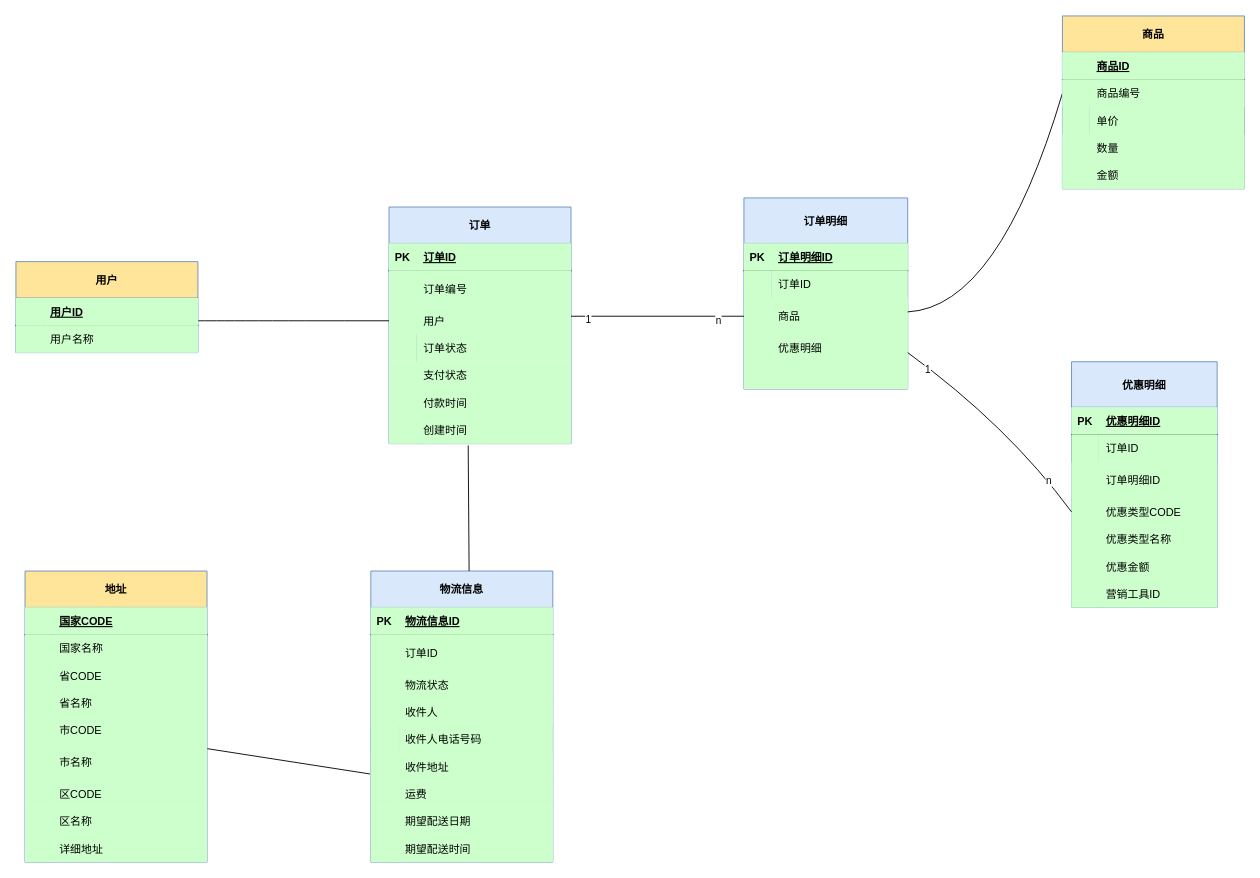
The draw.io diagram 订单能力.drawio in linxiaofan/linhenghui, before the edit. Source tidied: cells renumbered, new cells numbered last; positions are measured from the earlier drawing's top-left corner, leaving out a move shared by most shapes. Both pictures are drawn from the tidied source at 91%, with x=0, y=0 at pixel (15, 15).
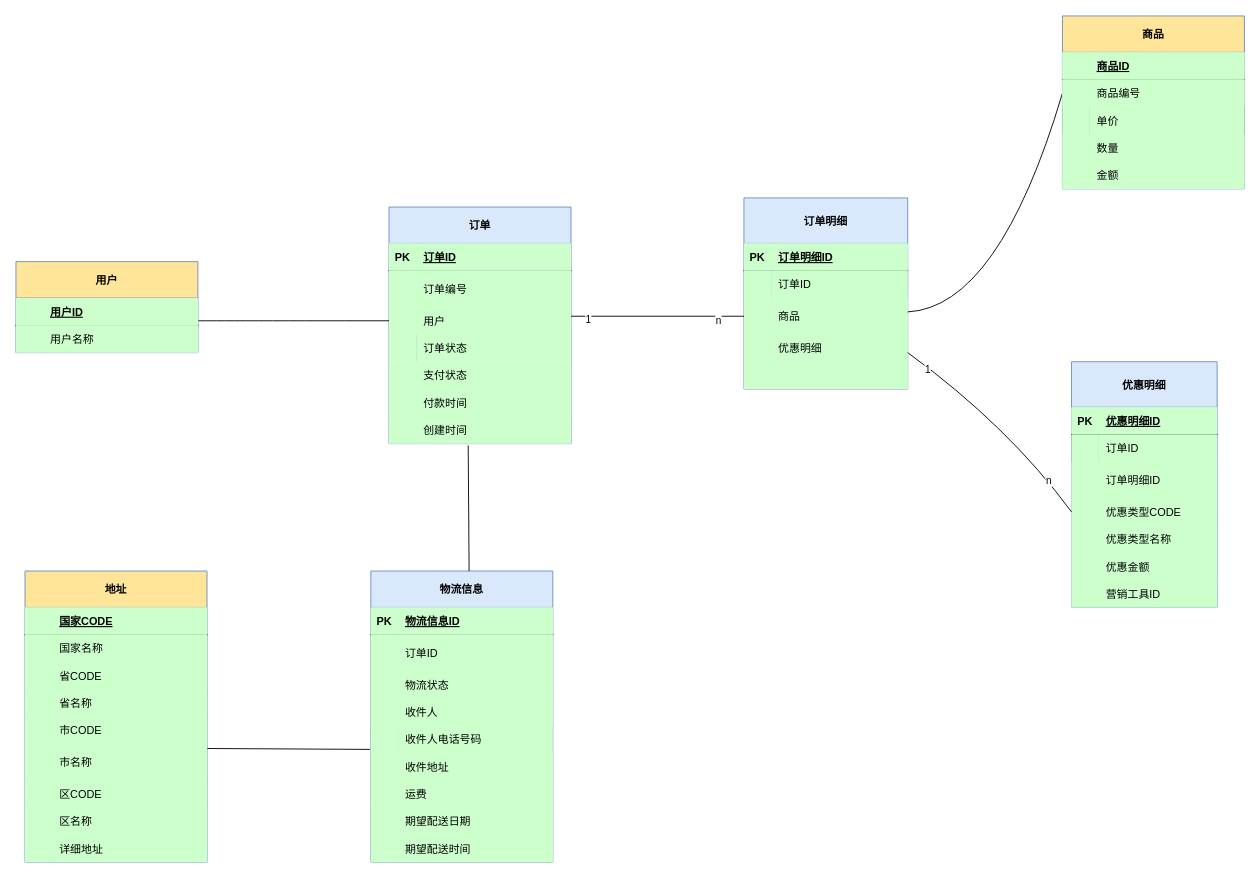
Above is the later version.

Commit message:
更新订单能力.drawio

The change refers to these unchanged cells:
```xml
<mxCell id="109" style="shape=partialRectangle;top=0;left=0;bottom=0;right=0;points=[[0,0.5],[1,0.5]];portConstraint=eastwest;fillColor=#CCFFCC;" parent="93" vertex="1">
  <mxGeometry y="200" width="200" height="30" as="geometry" />
</mxCell>
<mxCell id="136" style="shape=partialRectangle;top=0;left=0;bottom=0;right=0;points=[[0,0.5],[1,0.5]];portConstraint=eastwest;fillColor=#CCFFCC;" parent="123" vertex="1">
  <mxGeometry y="160" width="200" height="30" as="geometry" />
</mxCell>
```

What changed in the source:
```diff
@@
-    <mxCell id="122" style="endArrow=none;html=1;rounded=0;exitX=0.995;exitY=1.167;exitDx=0;exitDy=0;exitPerimeter=0;entryX=-0.005;entryY=0.767;entryDx=0;entryDy=0;entryPerimeter=0;" parent="1" edge="1" source="136" target="109">
+    <mxCell id="122" style="endArrow=none;html=1;rounded=0;exitX=0.995;exitY=1.167;exitDx=0;exitDy=0;exitPerimeter=0;entryX=-0.005;entryY=-0.133;entryDx=0;entryDy=0;entryPerimeter=0;" parent="1" edge="1" source="136" target="109">
       <mxGeometry relative="1" as="geometry" />
     </mxCell>
```
